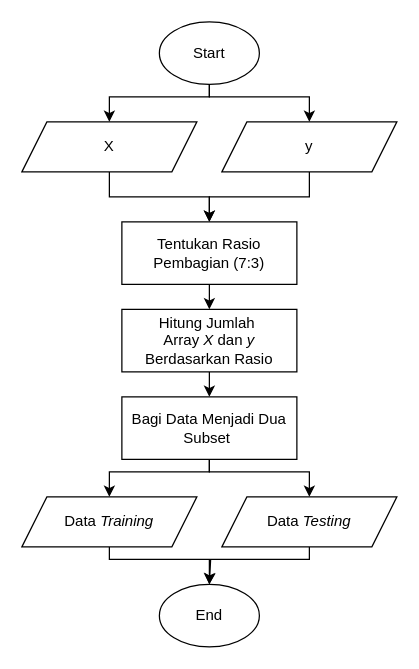
Earlier version of the draw.io diagram page "Page-5" (6 of 8) of tahapan penelitian.drawio (lullabymav/skrpsi). Source tidied: cells renumbered, new cells numbered last; positions are measured from the earlier drawing's top-left corner, leaving out a move shared by most shapes. Both pictures are drawn from the tidied source at 125%, with x=0, y=0 at pixel (21, 21).
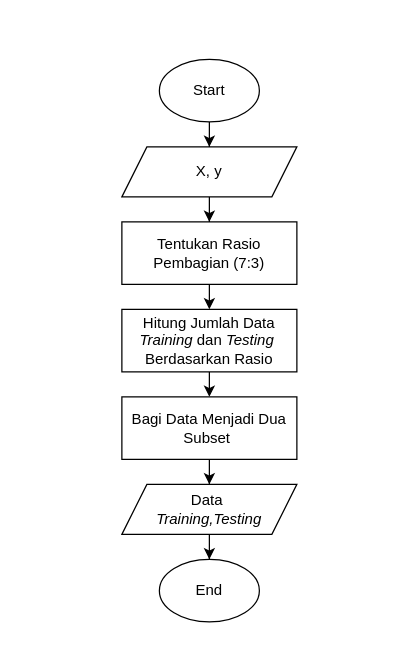
The same page after the edit.

Unchanged cells that the change refers to:
```xml
<mxCell id="14" value="Tentukan Rasio Pembagian (7:3)" style="rounded=0;whiteSpace=wrap;html=1;" parent="1" vertex="1">
  <mxGeometry x="80" y="160" width="140" height="50" as="geometry" />
</mxCell>
<mxCell id="17" value="Bagi Data Menjadi Dua Subset&amp;nbsp;" style="rounded=0;whiteSpace=wrap;html=1;" parent="1" vertex="1">
  <mxGeometry x="80" y="300" width="140" height="50" as="geometry" />
</mxCell>
```

What changed in the source:
```diff
@@
-    <mxCell id="2" style="edgeStyle=orthogonalEdgeStyle;rounded=0;jettySize=auto;html=1;exitX=0.5;exitY=1;exitDx=0;exitDy=0;" parent="1" edge="1" source="4" target="10">
-      <mxGeometry relative="1" as="geometry">
-        <Array as="points">
-          <mxPoint x="150" y="60" />
-          <mxPoint x="70" y="60" />
-        </Array>
-      </mxGeometry>
-    </mxCell>
-    <mxCell id="3" style="edgeStyle=orthogonalEdgeStyle;rounded=0;jettySize=auto;html=1;exitX=0.5;exitY=1;exitDx=0;exitDy=0;entryX=0.5;entryY=0;entryDx=0;entryDy=0;" parent="1" edge="1" source="4" target="12">
-      <mxGeometry relative="1" as="geometry">
-        <Array as="points">
-          <mxPoint x="150" y="60" />
-          <mxPoint x="230" y="60" />
-        </Array>
-      </mxGeometry>
-    </mxCell>
+    <mxCell id="22" style="edgeStyle=orthogonalEdgeStyle;rounded=0;jettySize=auto;html=1;" parent="1" edge="1" source="4" target="25">
+      <mxGeometry relative="1" as="geometry" />
+    </mxCell>
     <mxCell id="4" value="Start" style="ellipse;whiteSpace=wrap;html=1;" parent="1" vertex="1">
-      <mxGeometry x="110" width="80" height="50" as="geometry" />
+      <mxGeometry x="110" y="30" width="80" height="50" as="geometry" />
     </mxCell>
     <mxCell id="5" value="End" style="ellipse;whiteSpace=wrap;html=1;" parent="1" vertex="1">
-      <mxGeometry x="110" y="450" width="80" height="50" as="geometry" />
+      <mxGeometry x="110" y="430" width="80" height="50" as="geometry" />
     </mxCell>
@@
-    <mxCell id="8" value="Hitung Jumlah&amp;nbsp;&lt;div&gt;Array&amp;nbsp;&lt;i style=&quot;background-color: initial;&quot;&gt;X&amp;nbsp;&lt;/i&gt;&lt;span style=&quot;background-color: initial;&quot;&gt;dan &lt;/span&gt;&lt;i style=&quot;background-color: initial;&quot;&gt;y&lt;/i&gt;&lt;div&gt;&lt;div&gt;Berdasarkan Rasio&lt;/div&gt;&lt;/div&gt;&lt;/div&gt;" style="rounded=0;whiteSpace=wrap;html=1;" parent="1" vertex="1">
+    <mxCell id="8" value="Hitung Jumlah Data&lt;div&gt;&lt;i&gt;Training&lt;/i&gt;&amp;nbsp;dan&amp;nbsp;&lt;i&gt;Testing&lt;/i&gt;&amp;nbsp;&lt;div&gt;Berdasarkan Rasio&lt;/div&gt;&lt;/div&gt;" style="rounded=0;whiteSpace=wrap;html=1;" parent="1" vertex="1">
       <mxGeometry x="80" y="230" width="140" height="50" as="geometry" />
     </mxCell>
-    <mxCell id="9" style="edgeStyle=orthogonalEdgeStyle;rounded=0;jettySize=auto;html=1;exitX=0.5;exitY=1;exitDx=0;exitDy=0;entryX=0.5;entryY=0;entryDx=0;entryDy=0;" parent="1" edge="1" source="10" target="14">
-      <mxGeometry relative="1" as="geometry" />
-    </mxCell>
-    <mxCell id="10" value="X" style="shape=parallelogram;perimeter=parallelogramPerimeter;whiteSpace=wrap;html=1;fixedSize=1;" parent="1" vertex="1">
-      <mxGeometry y="80" width="140" height="40" as="geometry" />
-    </mxCell>
@@
-    <mxCell id="12" value="y" style="shape=parallelogram;perimeter=parallelogramPerimeter;whiteSpace=wrap;html=1;fixedSize=1;" parent="1" vertex="1">
-      <mxGeometry x="160" y="80" width="140" height="40" as="geometry" />
-    </mxCell>
-    <mxCell id="13" style="edgeStyle=orthogonalEdgeStyle;rounded=0;jettySize=auto;html=1;exitX=0.5;exitY=1;exitDx=0;exitDy=0;" parent="1" edge="1" source="12" target="14">
-      <mxGeometry relative="1" as="geometry" />
-    </mxCell>
@@
-    <mxCell id="15" style="edgeStyle=orthogonalEdgeStyle;rounded=0;jettySize=auto;html=1;exitX=0.5;exitY=1;exitDx=0;exitDy=0;entryX=0.5;entryY=0;entryDx=0;entryDy=0;" parent="1" edge="1" source="17" target="19">
-      <mxGeometry relative="1" as="geometry">
-        <Array as="points">
-          <mxPoint x="150" y="360" />
-          <mxPoint x="70" y="360" />
-        </Array>
-      </mxGeometry>
-    </mxCell>
-    <mxCell id="16" style="edgeStyle=orthogonalEdgeStyle;rounded=0;jettySize=auto;html=1;exitX=0.5;exitY=1;exitDx=0;exitDy=0;entryX=0.5;entryY=0;entryDx=0;entryDy=0;" parent="1" edge="1" source="17" target="21">
-      <mxGeometry relative="1" as="geometry">
-        <Array as="points">
-          <mxPoint x="150" y="360" />
-          <mxPoint x="230" y="360" />
-        </Array>
-      </mxGeometry>
-    </mxCell>
+    <mxCell id="23" style="edgeStyle=orthogonalEdgeStyle;rounded=0;jettySize=auto;html=1;" parent="1" edge="1" source="17" target="27">
+      <mxGeometry relative="1" as="geometry" />
+    </mxCell>
@@
-    <mxCell id="18" style="edgeStyle=orthogonalEdgeStyle;rounded=0;jettySize=auto;html=1;exitX=0.5;exitY=1;exitDx=0;exitDy=0;entryX=0.5;entryY=0;entryDx=0;entryDy=0;" parent="1" edge="1" source="19" target="5">
-      <mxGeometry relative="1" as="geometry">
-        <Array as="points">
-          <mxPoint x="70" y="430" />
-          <mxPoint x="150" y="430" />
-        </Array>
-      </mxGeometry>
-    </mxCell>
-    <mxCell id="19" value="Data &lt;i&gt;Training&lt;/i&gt;" style="shape=parallelogram;perimeter=parallelogramPerimeter;whiteSpace=wrap;html=1;fixedSize=1;" parent="1" vertex="1">
-      <mxGeometry y="380" width="140" height="40" as="geometry" />
-    </mxCell>
-    <mxCell id="20" style="edgeStyle=orthogonalEdgeStyle;rounded=0;jettySize=auto;html=1;exitX=0.5;exitY=1;exitDx=0;exitDy=0;" parent="1" edge="1" source="21">
-      <mxGeometry relative="1" as="geometry">
-        <mxPoint x="150" y="450" as="targetPoint" />
-        <Array as="points">
-          <mxPoint x="230" y="430" />
-          <mxPoint x="151" y="430" />
-          <mxPoint x="151" y="450" />
-        </Array>
-      </mxGeometry>
-    </mxCell>
-    <mxCell id="21" value="Data &lt;i&gt;Testing&lt;/i&gt;" style="shape=parallelogram;perimeter=parallelogramPerimeter;whiteSpace=wrap;html=1;fixedSize=1;" parent="1" vertex="1">
-      <mxGeometry x="160" y="380" width="140" height="40" as="geometry" />
-    </mxCell>
+    <mxCell id="24" style="edgeStyle=orthogonalEdgeStyle;rounded=0;jettySize=auto;html=1;" parent="1" edge="1" source="25" target="14">
+      <mxGeometry relative="1" as="geometry" />
+    </mxCell>
+    <mxCell id="25" value="X, y" style="shape=parallelogram;perimeter=parallelogramPerimeter;whiteSpace=wrap;html=1;fixedSize=1;" parent="1" vertex="1">
+      <mxGeometry x="80" y="100" width="140" height="40" as="geometry" />
+    </mxCell>
+    <mxCell id="26" style="edgeStyle=orthogonalEdgeStyle;rounded=0;jettySize=auto;html=1;" parent="1" edge="1" source="27" target="5">
+      <mxGeometry relative="1" as="geometry" />
+    </mxCell>
+    <mxCell id="27" value="Data&amp;nbsp;&lt;div&gt;&lt;i&gt;Training,&lt;/i&gt;&lt;i style=&quot;background-color: initial;&quot;&gt;Testing&lt;/i&gt;&lt;/div&gt;" style="shape=parallelogram;perimeter=parallelogramPerimeter;whiteSpace=wrap;html=1;fixedSize=1;" parent="1" vertex="1">
+      <mxGeometry x="80" y="370" width="140" height="40" as="geometry" />
+    </mxCell>
```
